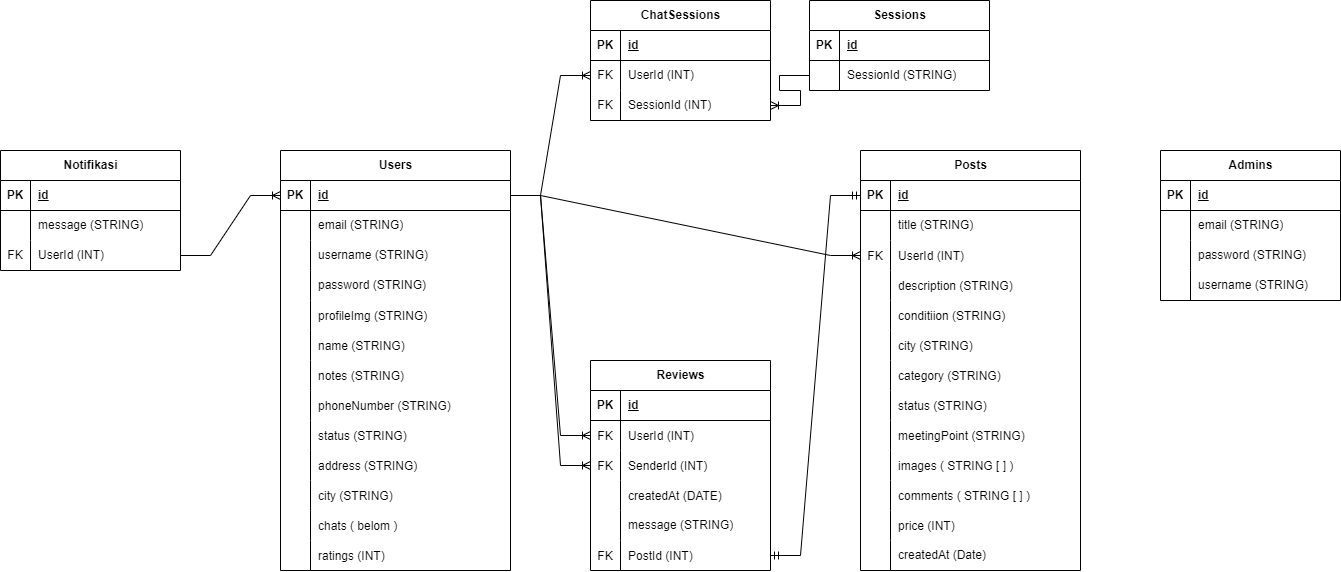
The draw.io diagram schema_erd.png in TukarMainan/server, before a commit. Source tidied: cells renumbered, new cells last; positions are measured from the earlier drawing's top-left corner, leaving out a move shared by most shapes.
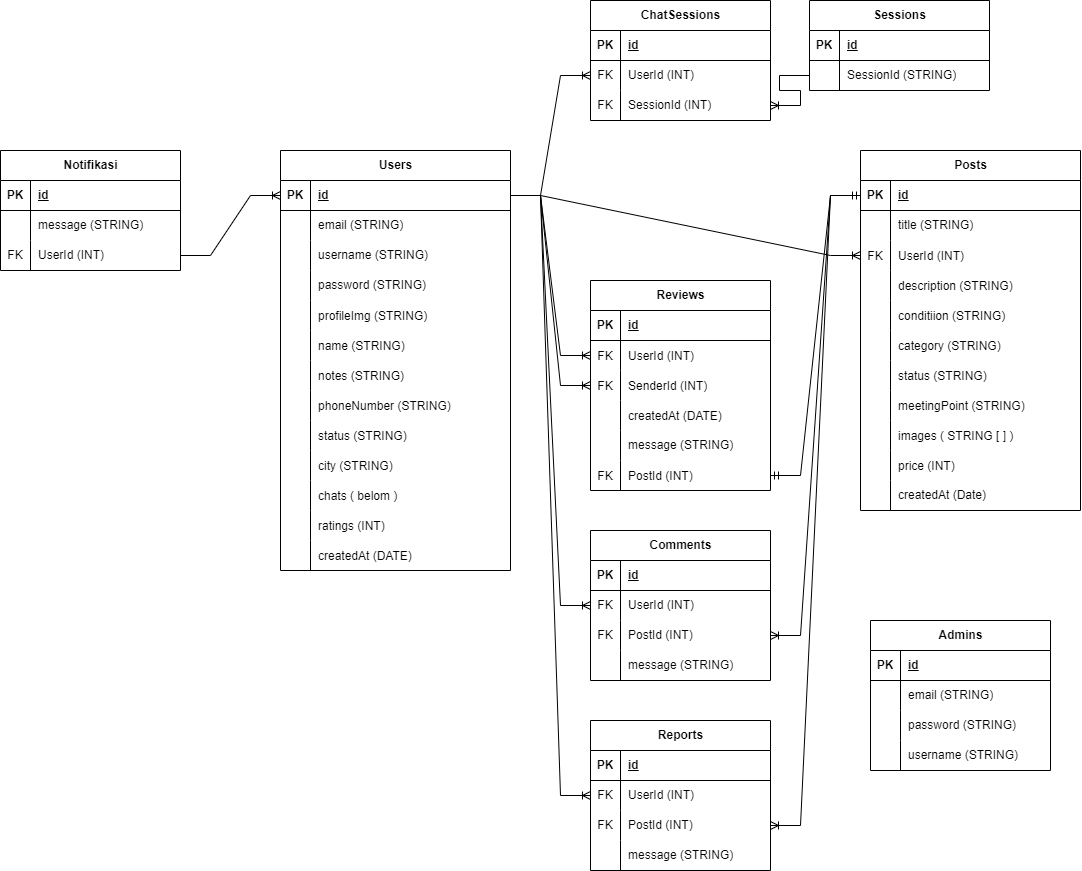
The same file after the commit.

Commit message:
refactor: update erd, add table reports

The edit, as a diff of the source:
```diff
@@ -86,17 +86,8 @@
     <mxCell id="29" value="status (STRING)" style="shape=partialRectangle;fillColor=none;top=0;left=0;bottom=0;right=0;align=left;spacingLeft=6;overflow=hidden;" parent="27" vertex="1">
       <mxGeometry x="30" width="200" height="30" as="geometry" />
     </mxCell>
-    <mxCell id="30" style="shape=tableRow;horizontal=0;startSize=0;swimlaneHead=0;swimlaneBody=0;fillColor=none;top=0;left=0;right=0;bottom=0;" parent="2" vertex="1">
-      <mxGeometry y="300" width="230" height="30" as="geometry" />
-    </mxCell>
-    <mxCell id="31" style="shape=partialRectangle;fillColor=none;top=0;left=0;bottom=0;right=0;overflow=hidden;" parent="30" vertex="1">
-      <mxGeometry width="30" height="30" as="geometry" />
-    </mxCell>
-    <mxCell id="32" value="address (STRING)" style="shape=partialRectangle;fillColor=none;top=0;left=0;bottom=0;right=0;align=left;spacingLeft=6;overflow=hidden;" parent="30" vertex="1">
-      <mxGeometry x="30" width="200" height="30" as="geometry" />
-    </mxCell>
     <mxCell id="33" style="shape=tableRow;horizontal=0;startSize=0;swimlaneHead=0;swimlaneBody=0;fillColor=none;top=0;left=0;right=0;bottom=0;" parent="2" vertex="1">
-      <mxGeometry y="330" width="230" height="30" as="geometry" />
+      <mxGeometry y="300" width="230" height="30" as="geometry" />
     </mxCell>
     <mxCell id="34" style="shape=partialRectangle;fillColor=none;top=0;left=0;bottom=0;right=0;overflow=hidden;" parent="33" vertex="1">
       <mxGeometry width="30" height="30" as="geometry" />
@@ -105,7 +96,7 @@
       <mxGeometry x="30" width="200" height="30" as="geometry" />
     </mxCell>
     <mxCell id="36" style="shape=tableRow;horizontal=0;startSize=0;swimlaneHead=0;swimlaneBody=0;fillColor=none;top=0;left=0;right=0;bottom=0;" parent="2" vertex="1">
-      <mxGeometry y="360" width="230" height="30" as="geometry" />
+      <mxGeometry y="330" width="230" height="30" as="geometry" />
     </mxCell>
     <mxCell id="37" style="shape=partialRectangle;fillColor=none;top=0;left=0;bottom=0;right=0;overflow=hidden;" parent="36" vertex="1">
       <mxGeometry width="30" height="30" as="geometry" />
@@ -114,7 +105,7 @@
       <mxGeometry x="30" width="200" height="30" as="geometry" />
     </mxCell>
     <mxCell id="39" style="shape=tableRow;horizontal=0;startSize=0;swimlaneHead=0;swimlaneBody=0;fillColor=none;top=0;left=0;right=0;bottom=0;" parent="2" vertex="1">
-      <mxGeometry y="390" width="230" height="30" as="geometry" />
+      <mxGeometry y="360" width="230" height="30" as="geometry" />
     </mxCell>
     <mxCell id="40" style="shape=partialRectangle;fillColor=none;top=0;left=0;bottom=0;right=0;overflow=hidden;" parent="39" vertex="1">
       <mxGeometry width="30" height="30" as="geometry" />
@@ -122,8 +113,17 @@
     <mxCell id="41" value="ratings (INT)" style="shape=partialRectangle;fillColor=none;top=0;left=0;bottom=0;right=0;align=left;spacingLeft=6;overflow=hidden;" parent="39" vertex="1">
       <mxGeometry x="30" width="200" height="30" as="geometry" />
     </mxCell>
+    <mxCell id="148" style="shape=tableRow;horizontal=0;startSize=0;swimlaneHead=0;swimlaneBody=0;fillColor=none;top=0;left=0;right=0;bottom=0;" parent="2" vertex="1">
+      <mxGeometry y="390" width="230" height="30" as="geometry" />
+    </mxCell>
+    <mxCell id="149" style="shape=partialRectangle;fillColor=none;top=0;left=0;bottom=0;right=0;overflow=hidden;" parent="148" vertex="1">
+      <mxGeometry width="30" height="30" as="geometry" />
+    </mxCell>
+    <mxCell id="150" value="createdAt (DATE)" style="shape=partialRectangle;fillColor=none;top=0;left=0;bottom=0;right=0;align=left;spacingLeft=6;overflow=hidden;" parent="148" vertex="1">
+      <mxGeometry x="30" width="200" height="30" as="geometry" />
+    </mxCell>
     <mxCell id="42" value="Posts" style="shape=table;startSize=30;rowLines=0;fontStyle=1;align=center;html=1;" parent="1" vertex="1">
-      <mxGeometry x="860" y="150" width="220" height="420" as="geometry" />
+      <mxGeometry x="860" y="150" width="220" height="360" as="geometry" />
     </mxCell>
     <mxCell id="43" style="shape=tableRow;horizontal=0;startSize=0;swimlaneHead=0;swimlaneBody=0;fillColor=none;points=[[0,0.5],[1,0.5]];portConstraint=eastwest;top=0;left=0;right=0;bottom=1;" parent="42" vertex="1">
       <mxGeometry y="30" width="220" height="30" as="geometry" />
@@ -170,17 +170,8 @@
     <mxCell id="57" value="conditiion (STRING)" style="shape=partialRectangle;fillColor=none;top=0;left=0;bottom=0;right=0;align=left;spacingLeft=6;overflow=hidden;" parent="55" vertex="1">
       <mxGeometry x="30" width="190" height="30" as="geometry" />
     </mxCell>
-    <mxCell id="58" style="shape=tableRow;horizontal=0;startSize=0;swimlaneHead=0;swimlaneBody=0;fillColor=none;top=0;left=0;right=0;bottom=0;" parent="42" vertex="1">
-      <mxGeometry y="180" width="220" height="30" as="geometry" />
-    </mxCell>
-    <mxCell id="59" style="shape=partialRectangle;fillColor=none;top=0;left=0;bottom=0;right=0;overflow=hidden;" parent="58" vertex="1">
-      <mxGeometry width="30" height="30" as="geometry" />
-    </mxCell>
-    <mxCell id="60" value="city (STRING)" style="shape=partialRectangle;fillColor=none;top=0;left=0;bottom=0;right=0;align=left;spacingLeft=6;overflow=hidden;" parent="58" vertex="1">
-      <mxGeometry x="30" width="190" height="30" as="geometry" />
-    </mxCell>
     <mxCell id="61" style="shape=tableRow;horizontal=0;startSize=0;swimlaneHead=0;swimlaneBody=0;fillColor=none;top=0;left=0;right=0;bottom=0;" parent="42" vertex="1">
-      <mxGeometry y="210" width="220" height="30" as="geometry" />
+      <mxGeometry y="180" width="220" height="30" as="geometry" />
     </mxCell>
     <mxCell id="62" style="shape=partialRectangle;fillColor=none;top=0;left=0;bottom=0;right=0;overflow=hidden;" parent="61" vertex="1">
       <mxGeometry width="30" height="30" as="geometry" />
@@ -189,7 +180,7 @@
       <mxGeometry x="30" width="190" height="30" as="geometry" />
     </mxCell>
     <mxCell id="64" style="shape=tableRow;horizontal=0;startSize=0;swimlaneHead=0;swimlaneBody=0;fillColor=none;top=0;left=0;right=0;bottom=0;" parent="42" vertex="1">
-      <mxGeometry y="240" width="220" height="30" as="geometry" />
+      <mxGeometry y="210" width="220" height="30" as="geometry" />
     </mxCell>
     <mxCell id="65" style="shape=partialRectangle;fillColor=none;top=0;left=0;bottom=0;right=0;overflow=hidden;" parent="64" vertex="1">
       <mxGeometry width="30" height="30" as="geometry" />
@@ -198,7 +189,7 @@
       <mxGeometry x="30" width="190" height="30" as="geometry" />
     </mxCell>
     <mxCell id="67" style="shape=tableRow;horizontal=0;startSize=0;swimlaneHead=0;swimlaneBody=0;fillColor=none;top=0;left=0;right=0;bottom=0;" parent="42" vertex="1">
-      <mxGeometry y="270" width="220" height="30" as="geometry" />
+      <mxGeometry y="240" width="220" height="30" as="geometry" />
     </mxCell>
     <mxCell id="68" style="shape=partialRectangle;fillColor=none;top=0;left=0;bottom=0;right=0;overflow=hidden;" parent="67" vertex="1">
       <mxGeometry width="30" height="30" as="geometry" />
@@ -207,7 +198,7 @@
       <mxGeometry x="30" width="190" height="30" as="geometry" />
     </mxCell>
     <mxCell id="70" style="shape=tableRow;horizontal=0;startSize=0;swimlaneHead=0;swimlaneBody=0;fillColor=none;top=0;left=0;right=0;bottom=0;" parent="42" vertex="1">
-      <mxGeometry y="300" width="220" height="30" as="geometry" />
+      <mxGeometry y="270" width="220" height="30" as="geometry" />
     </mxCell>
     <mxCell id="71" style="shape=partialRectangle;fillColor=none;top=0;left=0;bottom=0;right=0;overflow=hidden;" parent="70" vertex="1">
       <mxGeometry width="30" height="30" as="geometry" />
@@ -215,17 +206,8 @@
     <mxCell id="72" value="images ( STRING [ ] )" style="shape=partialRectangle;fillColor=none;top=0;left=0;bottom=0;right=0;align=left;spacingLeft=6;overflow=hidden;" parent="70" vertex="1">
       <mxGeometry x="30" width="190" height="30" as="geometry" />
     </mxCell>
-    <mxCell id="73" style="shape=tableRow;horizontal=0;startSize=0;swimlaneHead=0;swimlaneBody=0;fillColor=none;top=0;left=0;right=0;bottom=0;" parent="42" vertex="1">
-      <mxGeometry y="330" width="220" height="30" as="geometry" />
-    </mxCell>
-    <mxCell id="74" style="shape=partialRectangle;fillColor=none;top=0;left=0;bottom=0;right=0;overflow=hidden;" parent="73" vertex="1">
-      <mxGeometry width="30" height="30" as="geometry" />
-    </mxCell>
-    <mxCell id="75" value="comments ( STRING [ ] )" style="shape=partialRectangle;fillColor=none;top=0;left=0;bottom=0;right=0;align=left;spacingLeft=6;overflow=hidden;" parent="73" vertex="1">
-      <mxGeometry x="30" width="190" height="30" as="geometry" />
-    </mxCell>
     <mxCell id="76" style="shape=tableRow;horizontal=0;startSize=0;swimlaneHead=0;swimlaneBody=0;fillColor=none;top=0;left=0;right=0;bottom=0;" parent="42" vertex="1">
-      <mxGeometry y="360" width="220" height="30" as="geometry" />
+      <mxGeometry y="300" width="220" height="30" as="geometry" />
     </mxCell>
     <mxCell id="77" style="shape=partialRectangle;fillColor=none;top=0;left=0;bottom=0;right=0;overflow=hidden;" parent="76" vertex="1">
       <mxGeometry width="30" height="30" as="geometry" />
@@ -234,7 +216,7 @@
       <mxGeometry x="30" width="190" height="30" as="geometry" />
     </mxCell>
     <mxCell id="79" style="shape=tableRow;horizontal=0;startSize=0;swimlaneHead=0;swimlaneBody=0;fillColor=none;top=0;left=0;right=0;bottom=0;" parent="42" vertex="1">
-      <mxGeometry y="390" width="220" height="30" as="geometry" />
+      <mxGeometry y="330" width="220" height="30" as="geometry" />
     </mxCell>
     <mxCell id="80" style="shape=partialRectangle;fillColor=none;top=0;left=0;bottom=0;right=0;overflow=hidden;whiteSpace=wrap;html=1;" parent="79" vertex="1">
       <mxGeometry width="30" height="30" as="geometry" />
@@ -243,7 +225,7 @@
       <mxGeometry x="30" width="190" height="30" as="geometry" />
     </mxCell>
     <mxCell id="82" value="Admins" style="shape=table;startSize=30;rowLines=0;fontStyle=1;align=center;html=1;" parent="1" vertex="1">
-      <mxGeometry x="1160" y="150" width="180" height="150" as="geometry" />
+      <mxGeometry x="870" y="620" width="180" height="150" as="geometry" />
     </mxCell>
     <mxCell id="83" style="shape=tableRow;horizontal=0;startSize=0;swimlaneHead=0;swimlaneBody=0;fillColor=none;top=0;left=0;right=0;bottom=1;" parent="82" vertex="1">
       <mxGeometry y="30" width="180" height="30" as="geometry" />
@@ -312,7 +294,7 @@
       <mxGeometry x="30" width="150" height="30" as="geometry" />
     </mxCell>
     <mxCell id="105" value="Reviews" style="shape=table;startSize=30;rowLines=0;fontStyle=1;align=center;html=1;" parent="1" vertex="1">
-      <mxGeometry x="590" y="360" width="180" height="210" as="geometry" />
+      <mxGeometry x="590" y="280" width="180" height="210" as="geometry" />
     </mxCell>
     <mxCell id="106" style="shape=tableRow;horizontal=0;startSize=0;swimlaneHead=0;swimlaneBody=0;fillColor=none;top=0;left=0;right=0;bottom=1;" parent="105" vertex="1">
       <mxGeometry y="30" width="180" height="30" as="geometry" />
@@ -440,5 +422,95 @@
     <mxCell id="147" style="edgeStyle=entityRelationEdgeStyle;fontSize=12;html=1;endArrow=ERoneToMany;rounded=0;exitX=0;exitY=0.5;exitDx=0;exitDy=0;entryX=1;entryY=0.5;entryDx=0;entryDy=0;" parent="1" edge="1" source="128" target="143">
       <mxGeometry relative="1" as="geometry" />
     </mxCell>
+    <mxCell id="151" value="Comments" style="shape=table;startSize=30;rowLines=0;fontStyle=1;align=center;html=1;" parent="1" vertex="1">
+      <mxGeometry x="590" y="530" width="180" height="150" as="geometry" />
+    </mxCell>
+    <mxCell id="152" style="shape=tableRow;horizontal=0;startSize=0;swimlaneHead=0;swimlaneBody=0;fillColor=none;top=0;left=0;right=0;bottom=1;" parent="151" vertex="1">
+      <mxGeometry y="30" width="180" height="30" as="geometry" />
+    </mxCell>
+    <mxCell id="153" value="PK" style="shape=partialRectangle;fillColor=none;top=0;left=0;bottom=0;right=0;fontStyle=1;overflow=hidden;whiteSpace=wrap;html=1;" parent="152" vertex="1">
+      <mxGeometry width="30" height="30" as="geometry" />
+    </mxCell>
+    <mxCell id="154" value="id" style="shape=partialRectangle;fillColor=none;top=0;left=0;bottom=0;right=0;align=left;spacingLeft=6;fontStyle=5;overflow=hidden;whiteSpace=wrap;html=1;" parent="152" vertex="1">
+      <mxGeometry x="30" width="150" height="30" as="geometry" />
+    </mxCell>
+    <mxCell id="155" style="shape=tableRow;horizontal=0;startSize=0;swimlaneHead=0;swimlaneBody=0;fillColor=none;points=[[0,0.5],[1,0.5]];portConstraint=eastwest;top=0;left=0;right=0;bottom=0;" parent="151" vertex="1">
+      <mxGeometry y="60" width="180" height="30" as="geometry" />
+    </mxCell>
+    <mxCell id="156" value="FK" style="shape=partialRectangle;fillColor=none;top=0;left=0;bottom=0;right=0;overflow=hidden;whiteSpace=wrap;html=1;" parent="155" vertex="1">
+      <mxGeometry width="30" height="30" as="geometry" />
+    </mxCell>
+    <mxCell id="157" value="UserId (INT)" style="shape=partialRectangle;fillColor=none;top=0;left=0;bottom=0;right=0;align=left;spacingLeft=6;overflow=hidden;whiteSpace=wrap;html=1;" parent="155" vertex="1">
+      <mxGeometry x="30" width="150" height="30" as="geometry" />
+    </mxCell>
+    <mxCell id="158" style="shape=tableRow;horizontal=0;startSize=0;swimlaneHead=0;swimlaneBody=0;fillColor=none;points=[[0,0.5],[1,0.5]];portConstraint=eastwest;top=0;left=0;right=0;bottom=0;" parent="151" vertex="1">
+      <mxGeometry y="90" width="180" height="30" as="geometry" />
+    </mxCell>
+    <mxCell id="159" value="FK" style="shape=partialRectangle;fillColor=none;top=0;left=0;bottom=0;right=0;overflow=hidden;whiteSpace=wrap;html=1;" parent="158" vertex="1">
+      <mxGeometry width="30" height="30" as="geometry" />
+    </mxCell>
+    <mxCell id="160" value="PostId (INT)" style="shape=partialRectangle;fillColor=none;top=0;left=0;bottom=0;right=0;align=left;spacingLeft=6;overflow=hidden;whiteSpace=wrap;html=1;" parent="158" vertex="1">
+      <mxGeometry x="30" width="150" height="30" as="geometry" />
+    </mxCell>
+    <mxCell id="161" style="shape=tableRow;horizontal=0;startSize=0;swimlaneHead=0;swimlaneBody=0;fillColor=none;top=0;left=0;right=0;bottom=0;" parent="151" vertex="1">
+      <mxGeometry y="120" width="180" height="30" as="geometry" />
+    </mxCell>
+    <mxCell id="162" style="shape=partialRectangle;fillColor=none;top=0;left=0;bottom=0;right=0;overflow=hidden;whiteSpace=wrap;html=1;" parent="161" vertex="1">
+      <mxGeometry width="30" height="30" as="geometry" />
+    </mxCell>
+    <mxCell id="163" value="message (STRING)" style="shape=partialRectangle;fillColor=none;top=0;left=0;bottom=0;right=0;align=left;spacingLeft=6;overflow=hidden;whiteSpace=wrap;html=1;" parent="161" vertex="1">
+      <mxGeometry x="30" width="150" height="30" as="geometry" />
+    </mxCell>
+    <mxCell id="164" style="edgeStyle=entityRelationEdgeStyle;fontSize=12;html=1;endArrow=ERoneToMany;rounded=0;exitX=1;exitY=0.5;exitDx=0;exitDy=0;entryX=0;entryY=0.5;entryDx=0;entryDy=0;" parent="1" edge="1" source="3" target="155">
+      <mxGeometry relative="1" as="geometry" />
+    </mxCell>
+    <mxCell id="165" style="edgeStyle=entityRelationEdgeStyle;fontSize=12;html=1;endArrow=ERoneToMany;rounded=0;exitX=0;exitY=0.5;exitDx=0;exitDy=0;entryX=1;entryY=0.5;entryDx=0;entryDy=0;" parent="1" edge="1" source="43" target="158">
+      <mxGeometry relative="1" as="geometry" />
+    </mxCell>
+    <mxCell id="166" value="Reports" style="shape=table;startSize=30;rowLines=0;fontStyle=1;align=center;html=1;" parent="1" vertex="1">
+      <mxGeometry x="590" y="720" width="180" height="150" as="geometry" />
+    </mxCell>
+    <mxCell id="167" style="shape=tableRow;horizontal=0;startSize=0;swimlaneHead=0;swimlaneBody=0;fillColor=none;top=0;left=0;right=0;bottom=1;" parent="166" vertex="1">
+      <mxGeometry y="30" width="180" height="30" as="geometry" />
+    </mxCell>
+    <mxCell id="168" value="PK" style="shape=partialRectangle;fillColor=none;top=0;left=0;bottom=0;right=0;fontStyle=1;overflow=hidden;whiteSpace=wrap;html=1;" parent="167" vertex="1">
+      <mxGeometry width="30" height="30" as="geometry" />
+    </mxCell>
+    <mxCell id="169" value="id" style="shape=partialRectangle;fillColor=none;top=0;left=0;bottom=0;right=0;align=left;spacingLeft=6;fontStyle=5;overflow=hidden;whiteSpace=wrap;html=1;" parent="167" vertex="1">
+      <mxGeometry x="30" width="150" height="30" as="geometry" />
+    </mxCell>
+    <mxCell id="170" style="shape=tableRow;horizontal=0;startSize=0;swimlaneHead=0;swimlaneBody=0;fillColor=none;points=[[0,0.5],[1,0.5]];portConstraint=eastwest;top=0;left=0;right=0;bottom=0;" parent="166" vertex="1">
+      <mxGeometry y="60" width="180" height="30" as="geometry" />
+    </mxCell>
+    <mxCell id="171" value="FK" style="shape=partialRectangle;fillColor=none;top=0;left=0;bottom=0;right=0;overflow=hidden;whiteSpace=wrap;html=1;" parent="170" vertex="1">
+      <mxGeometry width="30" height="30" as="geometry" />
+    </mxCell>
+    <mxCell id="172" value="UserId (INT)" style="shape=partialRectangle;fillColor=none;top=0;left=0;bottom=0;right=0;align=left;spacingLeft=6;overflow=hidden;whiteSpace=wrap;html=1;" parent="170" vertex="1">
+      <mxGeometry x="30" width="150" height="30" as="geometry" />
+    </mxCell>
+    <mxCell id="173" style="shape=tableRow;horizontal=0;startSize=0;swimlaneHead=0;swimlaneBody=0;fillColor=none;points=[[0,0.5],[1,0.5]];portConstraint=eastwest;top=0;left=0;right=0;bottom=0;" parent="166" vertex="1">
+      <mxGeometry y="90" width="180" height="30" as="geometry" />
+    </mxCell>
+    <mxCell id="174" value="FK" style="shape=partialRectangle;fillColor=none;top=0;left=0;bottom=0;right=0;overflow=hidden;whiteSpace=wrap;html=1;" parent="173" vertex="1">
+      <mxGeometry width="30" height="30" as="geometry" />
+    </mxCell>
+    <mxCell id="175" value="PostId (INT)" style="shape=partialRectangle;fillColor=none;top=0;left=0;bottom=0;right=0;align=left;spacingLeft=6;overflow=hidden;whiteSpace=wrap;html=1;" parent="173" vertex="1">
+      <mxGeometry x="30" width="150" height="30" as="geometry" />
+    </mxCell>
+    <mxCell id="176" style="shape=tableRow;horizontal=0;startSize=0;swimlaneHead=0;swimlaneBody=0;fillColor=none;top=0;left=0;right=0;bottom=0;" parent="166" vertex="1">
+      <mxGeometry y="120" width="180" height="30" as="geometry" />
+    </mxCell>
+    <mxCell id="177" style="shape=partialRectangle;fillColor=none;top=0;left=0;bottom=0;right=0;overflow=hidden;whiteSpace=wrap;html=1;" parent="176" vertex="1">
+      <mxGeometry width="30" height="30" as="geometry" />
+    </mxCell>
+    <mxCell id="178" value="message (STRING)" style="shape=partialRectangle;fillColor=none;top=0;left=0;bottom=0;right=0;align=left;spacingLeft=6;overflow=hidden;whiteSpace=wrap;html=1;" parent="176" vertex="1">
+      <mxGeometry x="30" width="150" height="30" as="geometry" />
+    </mxCell>
+    <mxCell id="179" style="edgeStyle=entityRelationEdgeStyle;fontSize=12;html=1;endArrow=ERoneToMany;rounded=0;exitX=0;exitY=0.5;exitDx=0;exitDy=0;entryX=1;entryY=0.5;entryDx=0;entryDy=0;" parent="1" edge="1" source="43" target="173">
+      <mxGeometry relative="1" as="geometry" />
+    </mxCell>
+    <mxCell id="180" style="edgeStyle=entityRelationEdgeStyle;fontSize=12;html=1;endArrow=ERoneToMany;rounded=0;exitX=1;exitY=0.5;exitDx=0;exitDy=0;entryX=0;entryY=0.5;entryDx=0;entryDy=0;" parent="1" edge="1" source="3" target="170">
+      <mxGeometry relative="1" as="geometry" />
+    </mxCell>
   </root>
 </mxGraphModel>
```
